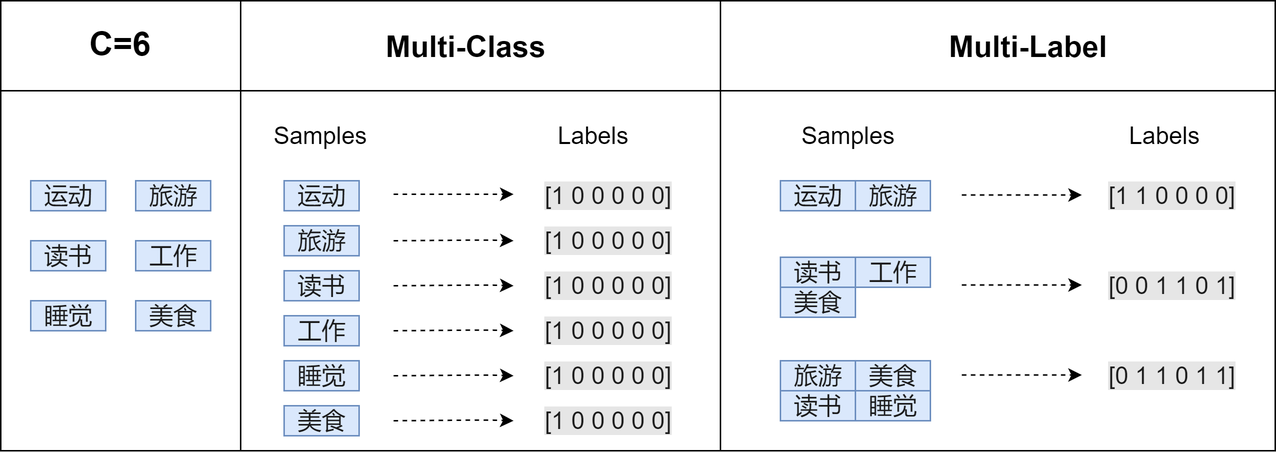
The draw.io diagram imgs/01b.png in hellonlp/classifier-multi-label, before a commit. Source tidied: cells renumbered, new cells last; positions are measured from the earlier drawing's top-left corner, leaving out a move shared by most shapes.
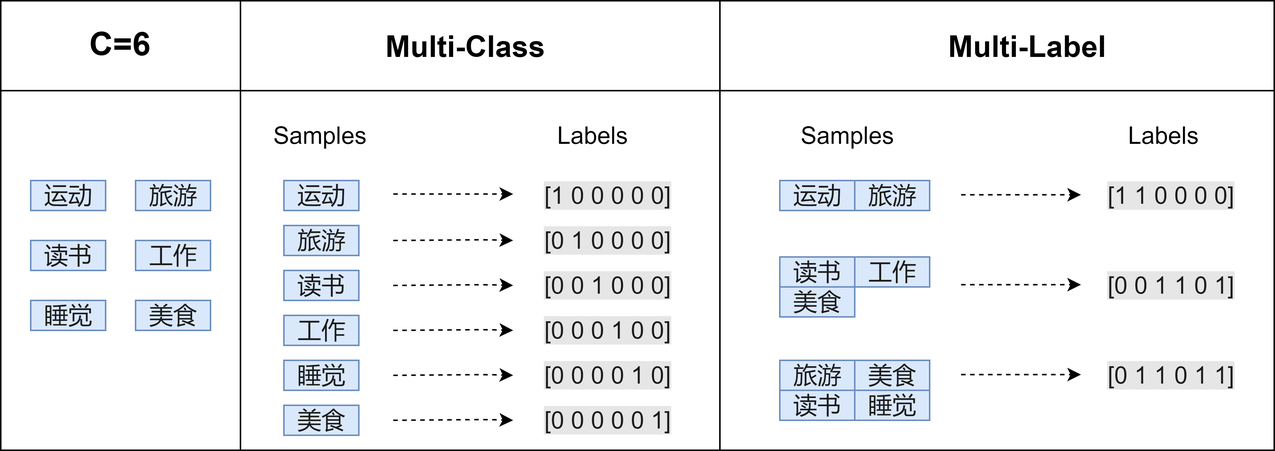
Later version of the same file.

What changed in the source:
```diff
@@ -59,20 +59,20 @@
     <mxCell id="20" value="&lt;span style=&quot;color: rgb(26, 26, 26); font-size: 16px;&quot;&gt;[1 0 0 0 0 0]&lt;/span&gt;" style="text;html=1;align=center;verticalAlign=middle;labelBackgroundColor=#E6E6E6;" parent="1" vertex="1">
       <mxGeometry x="355" y="120" width="100" height="20" as="geometry" />
     </mxCell>
-    <mxCell id="21" value="&lt;span style=&quot;color: rgb(26, 26, 26); font-size: 16px;&quot;&gt;[1 0 0 0 0 0]&lt;/span&gt;" style="text;html=1;align=center;verticalAlign=middle;labelBackgroundColor=#E6E6E6;" parent="1" vertex="1">
-      <mxGeometry x="355" y="150" width="100" height="20" as="geometry" />
+    <mxCell id="21" value="&lt;span style=&quot;color: rgb(26, 26, 26); font-size: 16px;&quot;&gt;[0 1 0 0 0 0]&lt;/span&gt;" style="text;html=1;align=center;verticalAlign=middle;labelBackgroundColor=#E6E6E6;" parent="1" vertex="1">
+      <mxGeometry x="350" y="145" width="110" height="30" as="geometry" />
     </mxCell>
-    <mxCell id="22" value="&lt;span style=&quot;color: rgb(26, 26, 26); font-size: 16px;&quot;&gt;[1 0 0 0 0 0]&lt;/span&gt;" style="text;html=1;align=center;verticalAlign=middle;labelBackgroundColor=#E6E6E6;" parent="1" vertex="1">
-      <mxGeometry x="355" y="180" width="100" height="20" as="geometry" />
+    <mxCell id="22" value="&lt;span style=&quot;color: rgb(26, 26, 26); font-size: 16px;&quot;&gt;[0 0 1 0 0 0]&lt;/span&gt;" style="text;html=1;align=center;verticalAlign=middle;labelBackgroundColor=#E6E6E6;" parent="1" vertex="1">
+      <mxGeometry x="350" y="175" width="110" height="30" as="geometry" />
     </mxCell>
-    <mxCell id="23" value="&lt;span style=&quot;color: rgb(26, 26, 26); font-size: 16px;&quot;&gt;[1 0 0 0 0 0]&lt;/span&gt;" style="text;html=1;align=center;verticalAlign=middle;labelBackgroundColor=#E6E6E6;" parent="1" vertex="1">
-      <mxGeometry x="355" y="210" width="100" height="20" as="geometry" />
+    <mxCell id="23" value="&lt;span style=&quot;color: rgb(26, 26, 26); font-size: 16px;&quot;&gt;[0 0 0 1 0 0]&lt;/span&gt;" style="text;html=1;align=center;verticalAlign=middle;labelBackgroundColor=#E6E6E6;" parent="1" vertex="1">
+      <mxGeometry x="350" y="205" width="110" height="30" as="geometry" />
     </mxCell>
-    <mxCell id="24" value="&lt;span style=&quot;color: rgb(26, 26, 26); font-size: 16px;&quot;&gt;[1 0 0 0 0 0]&lt;/span&gt;" style="text;html=1;align=center;verticalAlign=middle;labelBackgroundColor=#E6E6E6;" parent="1" vertex="1">
-      <mxGeometry x="355" y="240" width="100" height="20" as="geometry" />
+    <mxCell id="24" value="&lt;span style=&quot;color: rgb(26, 26, 26); font-size: 16px;&quot;&gt;[0 0 0 0 1 0]&lt;/span&gt;" style="text;html=1;align=center;verticalAlign=middle;labelBackgroundColor=#E6E6E6;" parent="1" vertex="1">
+      <mxGeometry x="350" y="235" width="110" height="30" as="geometry" />
     </mxCell>
-    <mxCell id="25" value="&lt;span style=&quot;color: rgb(26, 26, 26); font-size: 16px;&quot;&gt;[1 0 0 0 0 0]&lt;/span&gt;" style="text;html=1;align=center;verticalAlign=middle;labelBackgroundColor=#E6E6E6;" parent="1" vertex="1">
-      <mxGeometry x="355" y="270" width="100" height="20" as="geometry" />
+    <mxCell id="25" value="&lt;span style=&quot;color: rgb(26, 26, 26); font-size: 16px;&quot;&gt;[0 0 0 0 0 1]&lt;/span&gt;" style="text;html=1;align=center;verticalAlign=middle;labelBackgroundColor=#E6E6E6;" parent="1" vertex="1">
+      <mxGeometry x="350" y="265" width="110" height="30" as="geometry" />
     </mxCell>
     <mxCell id="26" style="endArrow=classic;html=1;dashed=1;" parent="1" edge="1">
       <mxGeometry relative="1" as="geometry">
```
